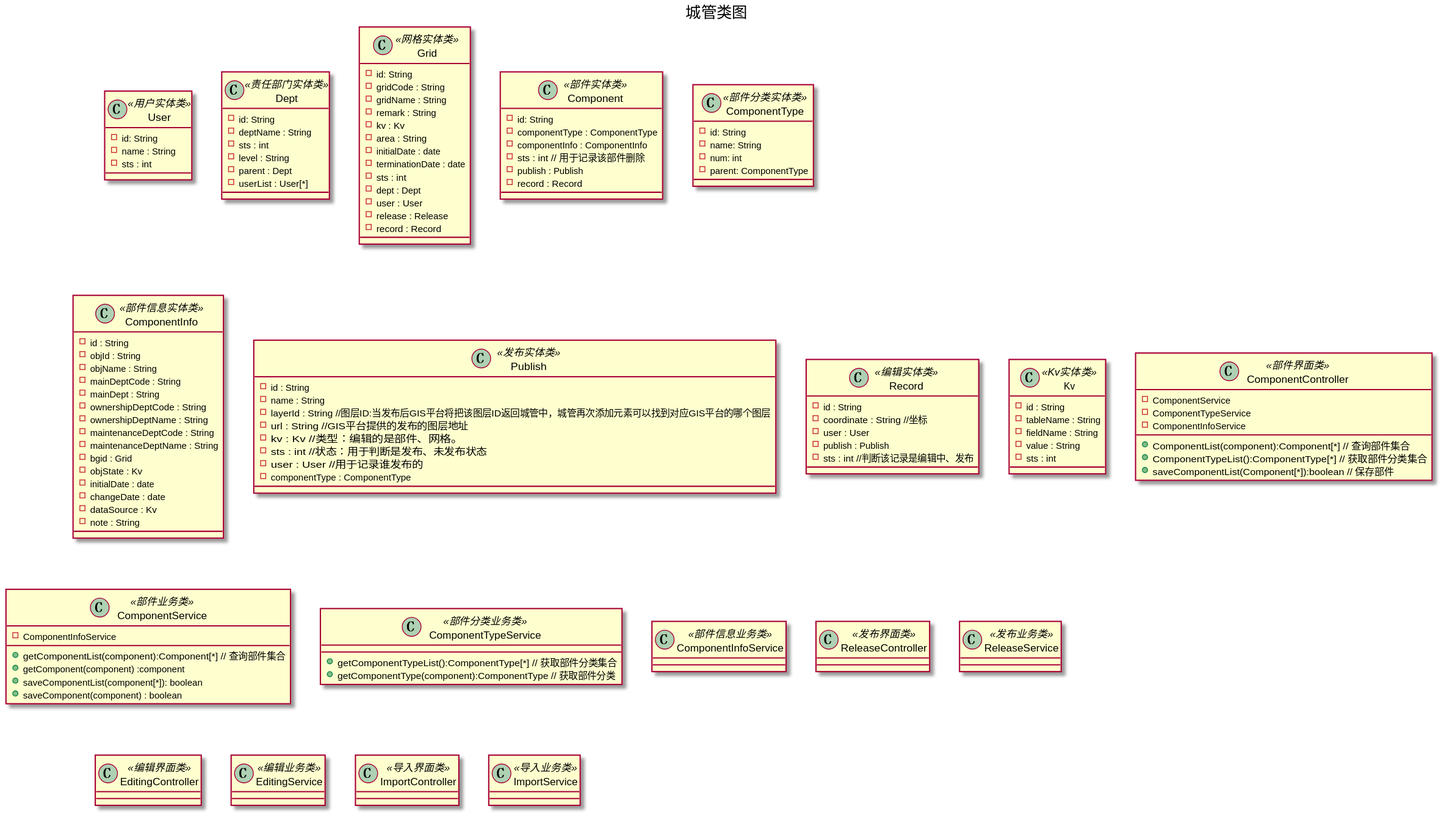
Earlier version of the PlantUML export doc/ClassUml/城管类图/城管类图.svg (missaouib/urban-management-platform).
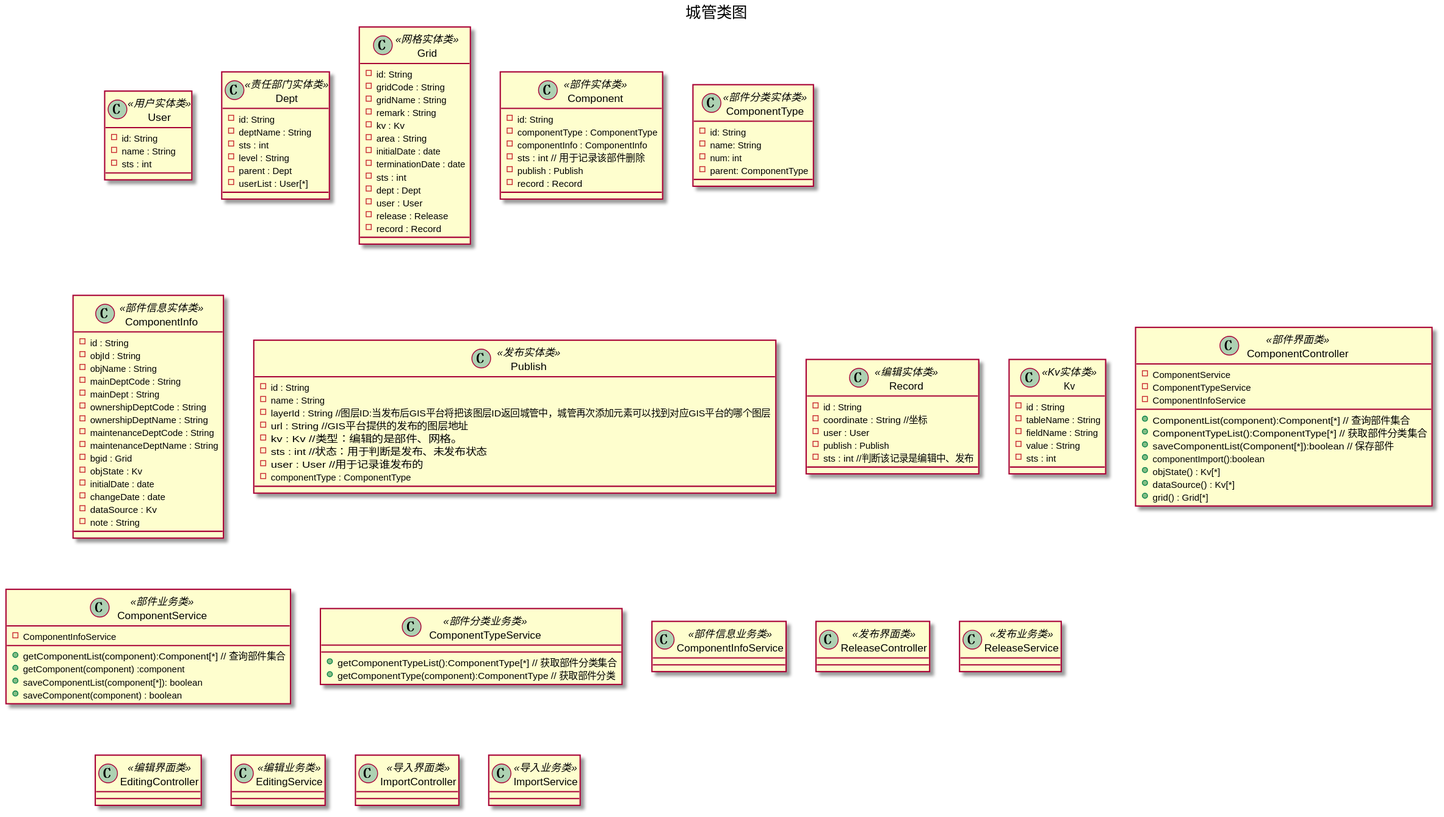
Later version of the same file.

Commit message:
城管类图 部件 网格增加编辑记录外键

The edit, as a diff of the source:
```diff
@@ -100,6 +100,10 @@
     +ComponentList(component):Component[*]         // 查询部件集合
     +ComponentTypeList():ComponentType[*]          // 获取部件分类集合
     +saveComponentList(Component[*]):boolean       // 保存部件
+    +componentImport():boolean
+    +objState() : Kv[*]
+    +dataSource() : Kv[*]
+    +grid() : Grid[*]
 }
 
 class ComponentService<<部件业务类>>{
```
